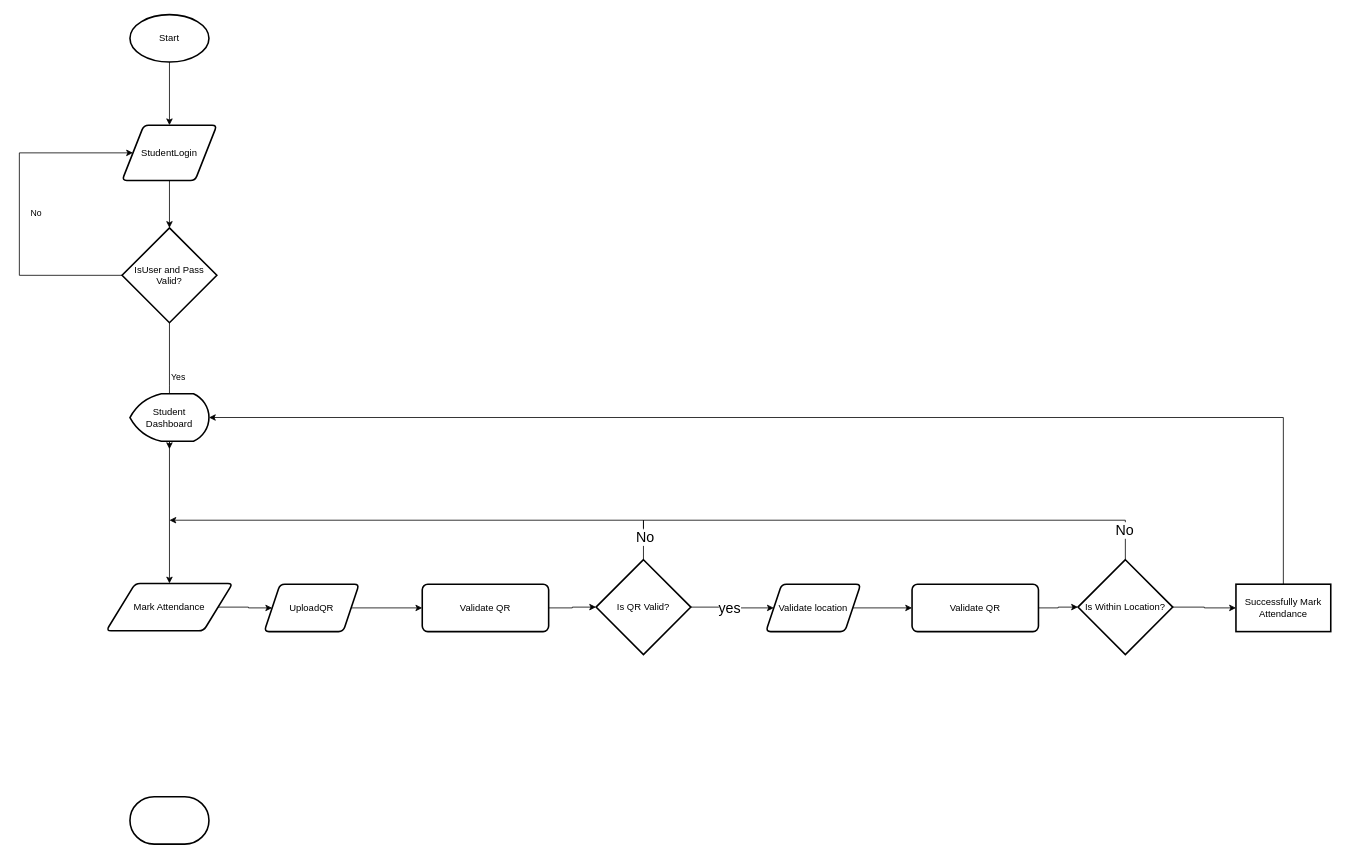
The draw.io diagram Projects/FlowchartAttendanceSystem.drawio in N0Obitaz/DrawIODiagrams, before the edit. Source tidied: cells renumbered, new cells numbered last; positions are measured from the earlier drawing's top-left corner, leaving out a move shared by most shapes. Both pictures are drawn from the tidied source at 79%, with x=0, y=0 at pixel (19, 14).
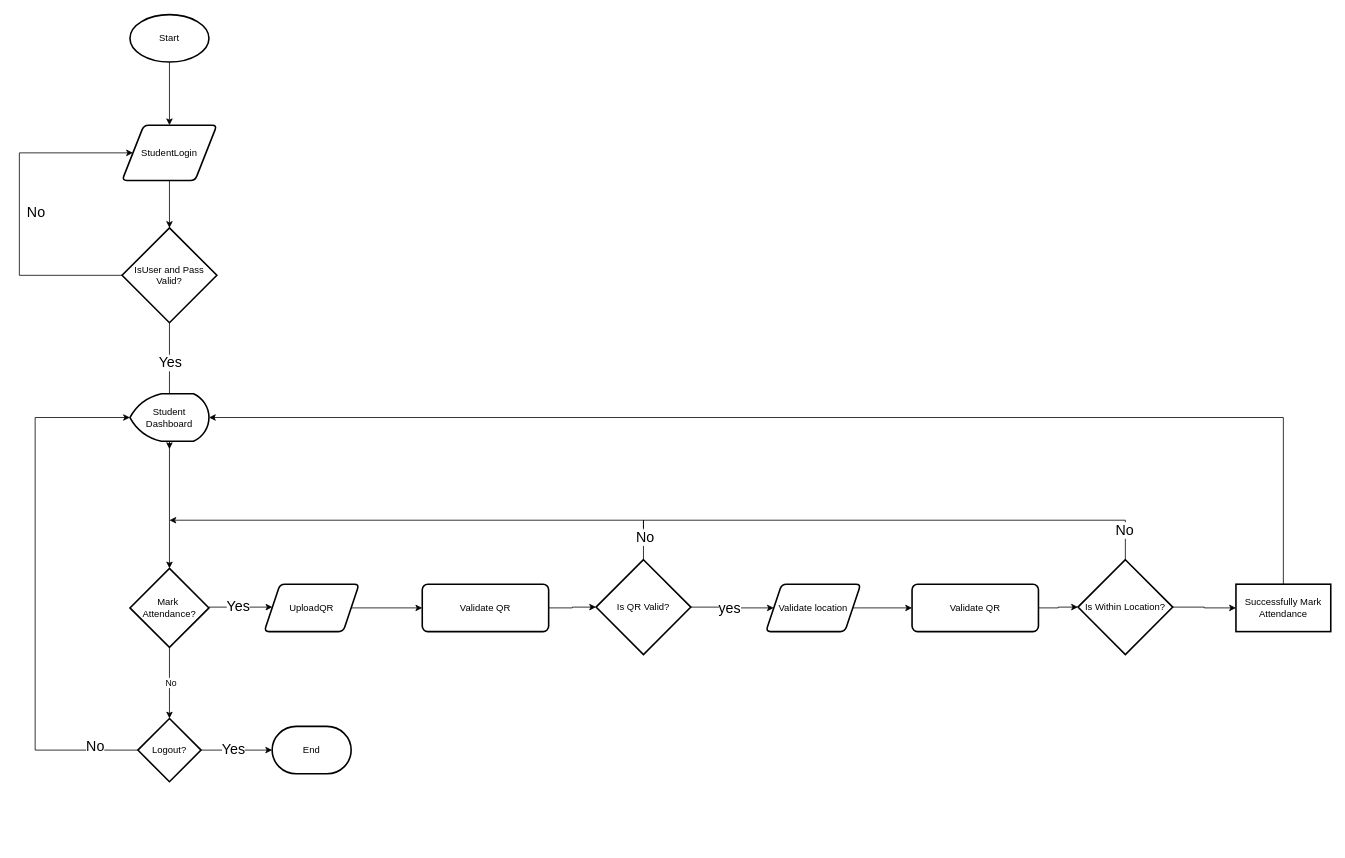
The same diagram, later.

Unchanged cells that the change refers to:
```xml
<mxCell id="6" style="edgeStyle=orthogonalEdgeStyle;rounded=0;jettySize=auto;html=1;" parent="1" edge="1" source="10">
  <mxGeometry relative="1" as="geometry">
    <mxPoint x="190" y="550" as="targetPoint" />
  </mxGeometry>
</mxCell>
<mxCell id="8" style="edgeStyle=orthogonalEdgeStyle;rounded=0;jettySize=auto;html=1;entryX=0;entryY=0.5;entryDx=0;entryDy=0;" parent="1" edge="1" source="10" target="5">
  <mxGeometry relative="1" as="geometry">
    <Array as="points">
      <mxPoint y="330" />
      <mxPoint y="175" />
    </Array>
  </mxGeometry>
</mxCell>
<mxCell id="12" value="Student Dashboard" style="strokeWidth=2;html=1;shape=mxgraph.flowchart.display;whiteSpace=wrap;" parent="1" vertex="1">
  <mxGeometry x="140" y="480" width="100" height="60" as="geometry" />
</mxCell>
<mxCell id="16" value="UploadQR" style="shape=parallelogram;perimeter=parallelogramPerimeter;whiteSpace=wrap;html=1;fixedSize=1;strokeWidth=2;rounded=1;arcSize=12;" parent="1" vertex="1">
  <mxGeometry x="310" y="721" width="120" height="60" as="geometry" />
</mxCell>
```

What changed in the source:
```diff
@@
-    <mxCell id="7" value="Yes&lt;div&gt;&lt;br&gt;&lt;/div&gt;" style="edgeLabel;html=1;align=center;verticalAlign=middle;" parent="6" vertex="1">
+    <mxCell id="7" value="Yes" style="edgeLabel;html=1;align=center;verticalAlign=middle;fontSize=18;" parent="6" vertex="1">
       <mxGeometry x="-0.06" y="4" relative="1" as="geometry">
-        <mxPoint x="6" as="offset" />
+        <mxPoint x="-4" y="-25" as="offset" />
       </mxGeometry>
     </mxCell>
@@
-    <mxCell id="9" value="No" style="edgeLabel;html=1;align=center;verticalAlign=middle;" parent="8" vertex="1">
+    <mxCell id="9" value="No" style="edgeLabel;html=1;align=center;verticalAlign=middle;fontSize=18;" parent="8" vertex="1">
       <mxGeometry x="0.04" y="-4" relative="1" as="geometry">
         <mxPoint x="16" y="13" as="offset" />
       </mxGeometry>
     </mxCell>
@@
-    <mxCell id="11" style="edgeStyle=orthogonalEdgeStyle;rounded=0;jettySize=auto;html=1;" parent="1" edge="1" source="12" target="14">
+    <mxCell id="11" style="edgeStyle=orthogonalEdgeStyle;rounded=0;jettySize=auto;html=1;entryX=0.5;entryY=0;entryDx=0;entryDy=0;entryPerimeter=0;" parent="1" edge="1" source="12" target="38">
       <mxGeometry relative="1" as="geometry" />
     </mxCell>
@@
-    <mxCell id="13" style="edgeStyle=orthogonalEdgeStyle;rounded=0;jettySize=auto;html=1;" parent="1" edge="1" source="14" target="16">
-      <mxGeometry relative="1" as="geometry" />
+    <mxCell id="13" style="edgeStyle=orthogonalEdgeStyle;rounded=0;jettySize=auto;html=1;exitX=1;exitY=0.5;exitDx=0;exitDy=0;exitPerimeter=0;" parent="1" edge="1" source="38" target="16">
+      <mxGeometry relative="1" as="geometry">
+        <Array as="points">
+          <mxPoint x="240" y="750" />
+        </Array>
+      </mxGeometry>
     </mxCell>
-    <mxCell id="14" value="Mark Attendance" style="shape=parallelogram;html=1;strokeWidth=2;perimeter=parallelogramPerimeter;whiteSpace=wrap;rounded=1;arcSize=12;size=0.23;" parent="1" vertex="1">
-      <mxGeometry x="110" y="720" width="160" height="60" as="geometry" />
-    </mxCell>
+    <mxCell id="35" value="Yes" style="edgeLabel;html=1;align=center;verticalAlign=middle;fontSize=18;" parent="13" vertex="1">
+      <mxGeometry x="-0.08" y="1" relative="1" as="geometry" />
+    </mxCell>
@@
-    <mxCell id="33" style="strokeWidth=2;html=1;shape=mxgraph.flowchart.terminator;whiteSpace=wrap;" parent="1" vertex="1">
-      <mxGeometry x="140" y="990" width="100" height="60" as="geometry" />
+    <mxCell id="33" value="End" style="strokeWidth=2;html=1;shape=mxgraph.flowchart.terminator;whiteSpace=wrap;" parent="1" vertex="1">
+      <mxGeometry x="320" y="901" width="100" height="60" as="geometry" />
     </mxCell>
@@
+    <mxCell id="36" style="edgeStyle=orthogonalEdgeStyle;rounded=0;jettySize=auto;html=1;" parent="1" edge="1" source="38" target="41">
+      <mxGeometry relative="1" as="geometry" />
+    </mxCell>
+    <mxCell id="37" value="No" style="edgeLabel;html=1;align=center;verticalAlign=middle;" parent="36" vertex="1">
+      <mxGeometry x="-0.03" y="1" relative="1" as="geometry" />
+    </mxCell>
+    <mxCell id="38" value="Mark&amp;nbsp;&lt;div&gt;Attendance?&lt;/div&gt;" style="strokeWidth=2;html=1;shape=mxgraph.flowchart.decision;whiteSpace=wrap;" parent="1" vertex="1">
+      <mxGeometry x="140" y="701" width="100" height="100" as="geometry" />
+    </mxCell>
+    <mxCell id="39" style="edgeStyle=orthogonalEdgeStyle;rounded=0;jettySize=auto;html=1;" parent="1" edge="1" source="41" target="33">
+      <mxGeometry relative="1" as="geometry" />
+    </mxCell>
+    <mxCell id="40" value="Yes" style="edgeLabel;html=1;align=center;verticalAlign=middle;fontSize=18;" parent="39" vertex="1">
+      <mxGeometry x="-0.11" y="2" relative="1" as="geometry" />
+    </mxCell>
+    <mxCell id="41" value="Logout?" style="rhombus;whiteSpace=wrap;html=1;strokeWidth=2;" parent="1" vertex="1">
+      <mxGeometry x="150" y="891" width="80" height="80" as="geometry" />
+    </mxCell>
+    <mxCell id="42" style="edgeStyle=orthogonalEdgeStyle;rounded=0;jettySize=auto;html=1;entryX=0;entryY=0.5;entryDx=0;entryDy=0;entryPerimeter=0;" parent="1" edge="1" source="41" target="12">
+      <mxGeometry relative="1" as="geometry">
+        <Array as="points">
+          <mxPoint x="20" y="931" />
+          <mxPoint x="20" y="510" />
+        </Array>
+      </mxGeometry>
+    </mxCell>
+    <mxCell id="43" value="&lt;font style=&quot;font-size: 18px;&quot;&gt;No&lt;/font&gt;" style="edgeLabel;html=1;align=center;verticalAlign=middle;" parent="42" vertex="1">
+      <mxGeometry x="-0.84" y="-5" relative="1" as="geometry">
+        <mxPoint x="-1" as="offset" />
+      </mxGeometry>
+    </mxCell>
```
